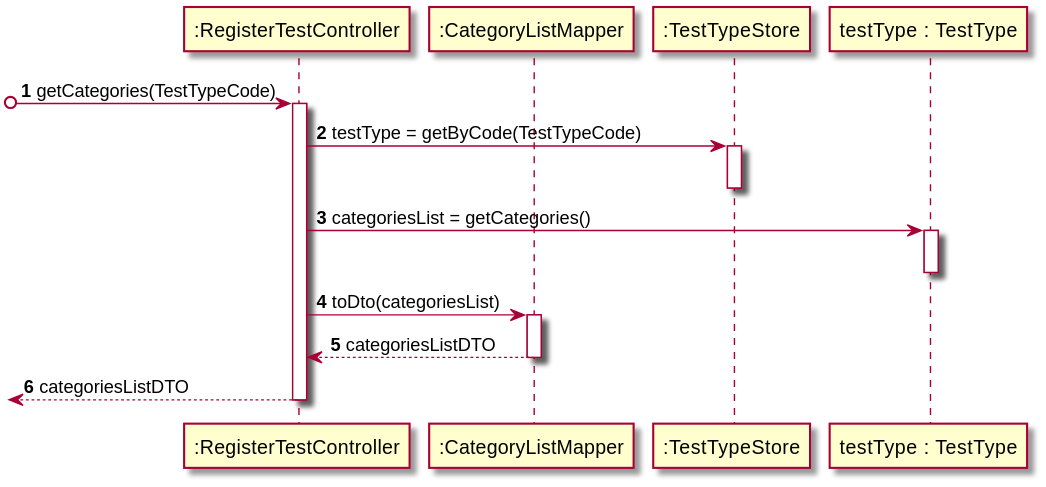
The PlantUML diagram docs/SprintC/US04/SD_getCategories(TestTypeCode).svg in MarianaCLages/LAPR2, before a commit. The source it was exported from:
```plantuml
@startuml
participant ":RegisterTestController" as ctrl
participant ":CategoryListMapper" as catMapper
participant ":TestTypeStore" as ttStore
participant "testType : TestType" as tt

autonumber
[o-> ctrl: getCategories(TestTypeCode)
activate ctrl
ctrl -> ttStore:testType = getByCode(TestTypeCode)
activate ttStore
deactivate ttStore
ctrl -> tt: categoriesList = getCategories()
activate tt
deactivate tt
ctrl -> catMapper: toDto(categoriesList)
activate catMapper
return categoriesListDTO
return categoriesListDTO
deactivate catMapper

deactivate ctrl

@enduml
```
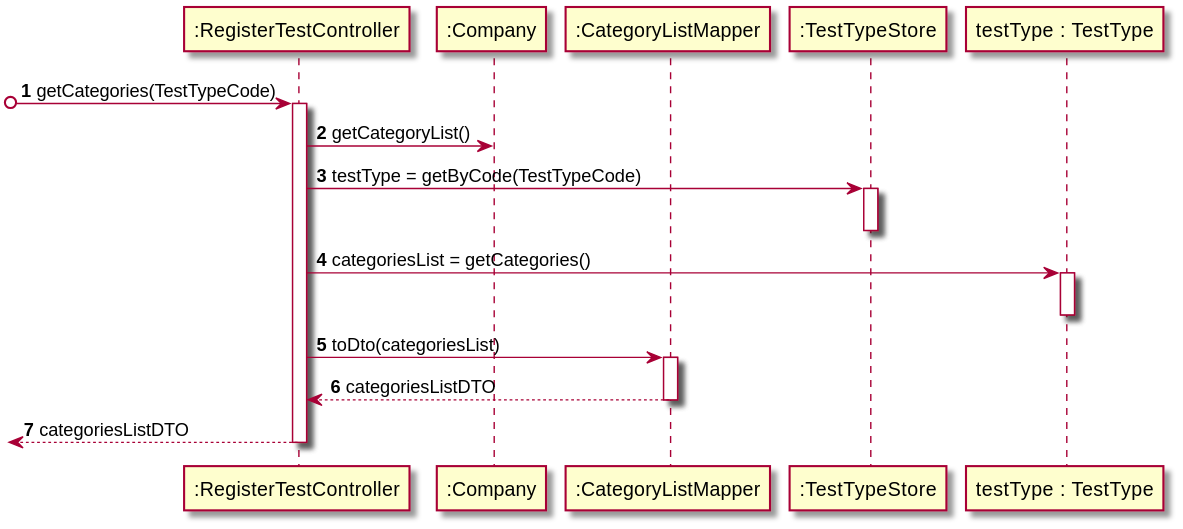
Above is the later version.

Diff of the diagram source:
```diff
@@ -1,5 +1,6 @@
 @startuml
 participant ":RegisterTestController" as ctrl
+participant ":Company" as comp
 participant ":CategoryListMapper" as catMapper
 participant ":TestTypeStore" as ttStore
 participant "testType : TestType" as tt
@@ -7,6 +8,7 @@
 autonumber
 [o-> ctrl: getCategories(TestTypeCode)
 activate ctrl
+ctrl -> comp: getCategoryList()
 ctrl -> ttStore:testType = getByCode(TestTypeCode)
 activate ttStore
 deactivate ttStore
```
